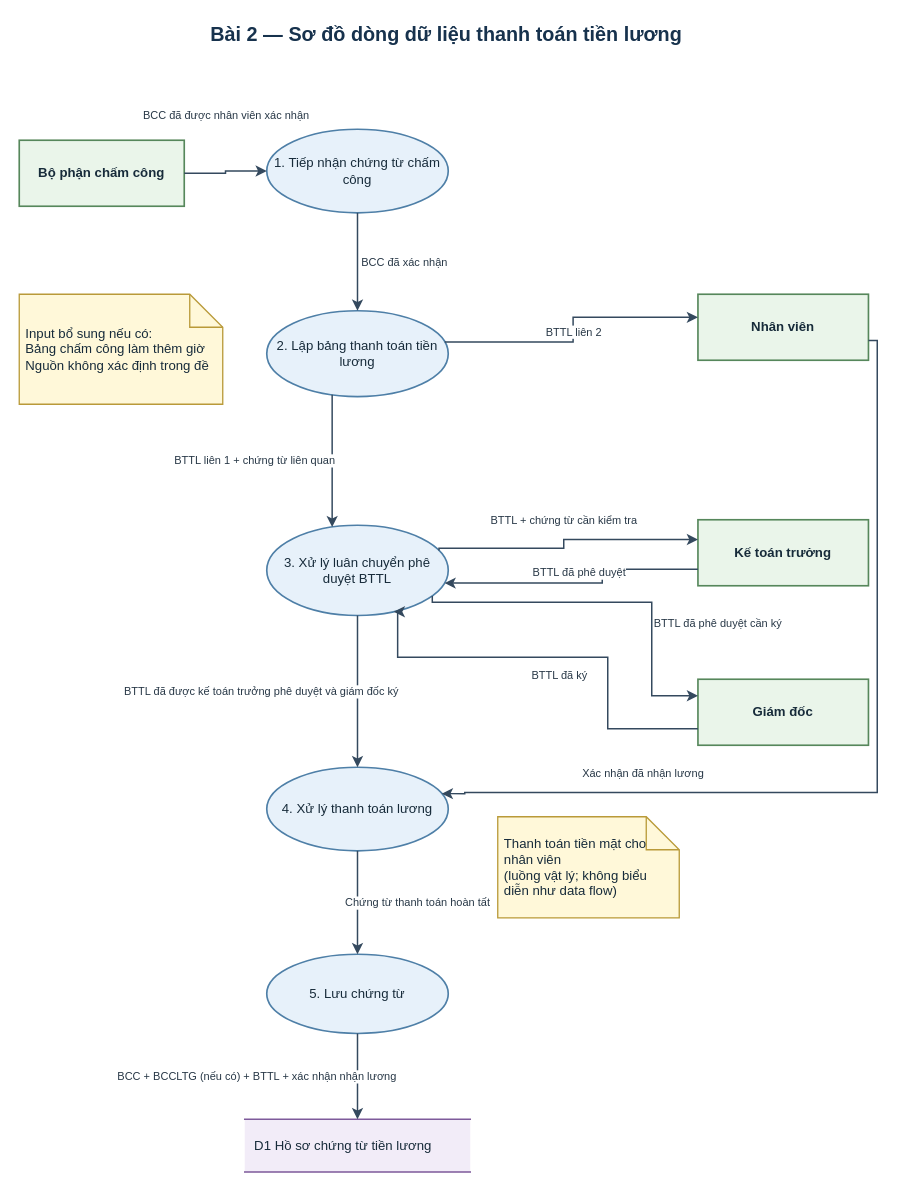
The draw.io diagram assets/drawio/03_payroll_payment_dfd.drawio in saigonbaddielover/thtrang, before the edit. Source tidied: cells renumbered, new cells numbered last; positions are measured from the earlier drawing's top-left corner, leaving out a move shared by most shapes. Both pictures are drawn from the tidied source at 110%, with x=0, y=0 at pixel (19, 19).
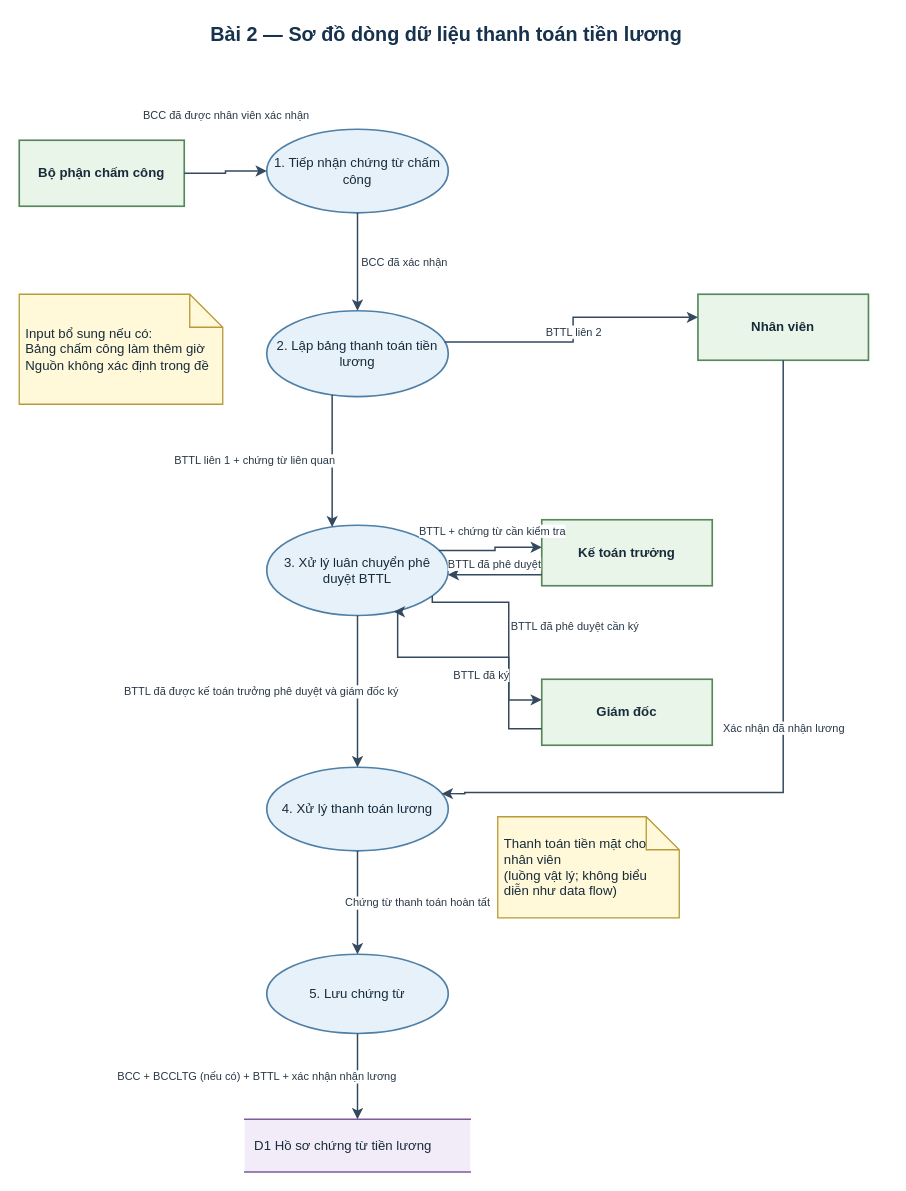
The same page after the edit.

Unchanged cells that the change refers to:
```xml
<mxCell id="4" value="Nhân viên" style="rounded=0;html=1;whiteSpace=wrap;fontFamily=Arial;align=center;verticalAlign=middle;fontColor=#172B3A; fontSize=11;fontStyle=1;spacing=5;fillColor=#EAF5EA;strokeColor=#56875B;strokeWidth=1.5;" parent="1" vertex="1">
  <mxGeometry x="617" y="250" width="155" height="60" as="geometry" />
</mxCell>
<mxCell id="9" value="3. Xử lý luân chuyển phê duyệt BTTL" style="shape=ellipse;perimeter=ellipsePerimeter;html=1;whiteSpace=wrap;fontFamily=Arial;align=center;verticalAlign=middle;fontColor=#172B3A; fontSize=11;spacing=5;fillColor=#E7F1FA;strokeColor=#4E7FA7;strokeWidth=1.5;" parent="1" vertex="1">
  <mxGeometry x="225" y="460" width="165" height="82" as="geometry" />
</mxCell>
<mxCell id="10" value="4. Xử lý thanh toán lương" style="shape=ellipse;perimeter=ellipsePerimeter;html=1;whiteSpace=wrap;fontFamily=Arial;align=center;verticalAlign=middle;fontColor=#172B3A; fontSize=11;spacing=5;fillColor=#E7F1FA;strokeColor=#4E7FA7;strokeWidth=1.5;" parent="1" vertex="1">
  <mxGeometry x="225" y="680" width="165" height="76" as="geometry" />
</mxCell>
```

The edit, as a diff of the source:
```diff
@@
     <mxCell id="5" value="Kế toán trưởng" style="rounded=0;html=1;whiteSpace=wrap;fontFamily=Arial;align=center;verticalAlign=middle;fontColor=#172B3A; fontSize=11;fontStyle=1;spacing=5;fillColor=#EAF5EA;strokeColor=#56875B;strokeWidth=1.5;" parent="1" vertex="1">
-      <mxGeometry x="617" y="455" width="155" height="60" as="geometry" />
+      <mxGeometry x="475" y="455" width="155" height="60" as="geometry" />
     </mxCell>
     <mxCell id="6" value="Giám đốc" style="rounded=0;html=1;whiteSpace=wrap;fontFamily=Arial;align=center;verticalAlign=middle;fontColor=#172B3A; fontSize=11;fontStyle=1;spacing=5;fillColor=#EAF5EA;strokeColor=#56875B;strokeWidth=1.5;" parent="1" vertex="1">
-      <mxGeometry x="617" y="600" width="155" height="60" as="geometry" />
+      <mxGeometry x="475" y="600" width="155" height="60" as="geometry" />
     </mxCell>
@@
-    <mxCell id="19" value="BTTL + chứng từ cần kiểm tra" style="edgeStyle=orthogonalEdgeStyle;rounded=0;jettySize=auto;html=1;fontFamily=Arial;fontSize=10;fontColor=#273746;labelBackgroundColor=#FFFFFF;strokeColor=#34495E;strokeWidth=1.35;endArrow=classic;endFill=1;exitX=1;exitY=0.25;entryX=0;entryY=0.3;" parent="1" edge="1" source="9" target="5">
+    <mxCell id="19" value="BTTL + chứng từ cần kiểm tra" style="edgeStyle=orthogonalEdgeStyle;rounded=0;jettySize=auto;html=1;fontFamily=Arial;fontSize=10;fontColor=#273746;labelBackgroundColor=#FFFFFF;strokeColor=#34495E;strokeWidth=1.35;endArrow=classic;endFill=1;exitX=1;exitY=0.25;entryX=0;entryY=0.417;" parent="1" edge="1" source="9" target="5">
       <mxGeometry relative="1" as="geometry">
-        <Array as="points">
-          <mxPoint x="495" y="481" />
-          <mxPoint x="495" y="473" />
-        </Array>
         <mxPoint y="-18" as="offset" />
       </mxGeometry>
     </mxCell>
-    <mxCell id="20" value="BTTL đã phê duyệt" style="edgeStyle=orthogonalEdgeStyle;rounded=0;jettySize=auto;html=1;fontFamily=Arial;fontSize=10;fontColor=#273746;labelBackgroundColor=#FFFFFF;strokeColor=#34495E;strokeWidth=1.35;endArrow=classic;endFill=1;exitX=0;exitY=0.75;entryX=1;entryY=0.65;" parent="1" edge="1" source="5" target="9">
+    <mxCell id="20" value="BTTL đã phê duyệt" style="edgeStyle=orthogonalEdgeStyle;rounded=0;jettySize=auto;html=1;fontFamily=Arial;fontSize=10;fontColor=#273746;labelBackgroundColor=#FFFFFF;strokeColor=#34495E;strokeWidth=1.35;endArrow=classic;endFill=1;exitX=0;exitY=0.833;entryX=1;entryY=0.549;" parent="1" edge="1" source="5" target="9">
       <mxGeometry relative="1" as="geometry">
-        <Array as="points">
-          <mxPoint x="530" y="500" />
-          <mxPoint x="530" y="513" />
-        </Array>
         <mxPoint y="-10" as="offset" />
       </mxGeometry>
     </mxCell>
-    <mxCell id="21" value="BTTL đã phê duyệt cần ký" style="edgeStyle=orthogonalEdgeStyle;rounded=0;jettySize=auto;html=1;fontFamily=Arial;fontSize=10;fontColor=#273746;labelBackgroundColor=#FFFFFF;strokeColor=#34495E;strokeWidth=1.35;endArrow=classic;endFill=1;exitX=1;exitY=0.85;entryX=0;entryY=0.25;" parent="1" edge="1" source="9" target="6">
-      <mxGeometry x="0.35" relative="1" as="geometry">
+    <mxCell id="21" value="BTTL đã phê duyệt cần ký" style="edgeStyle=orthogonalEdgeStyle;rounded=0;jettySize=auto;html=1;fontFamily=Arial;fontSize=10;fontColor=#273746;labelBackgroundColor=#FFFFFF;strokeColor=#34495E;strokeWidth=1.35;endArrow=classic;endFill=1;exitX=1;exitY=0.85;entryX=0;entryY=0.3125;" parent="1" edge="1" source="9" target="6">
+      <mxGeometry relative="1" as="geometry">
         <Array as="points">
-          <mxPoint x="575" y="530" />
-          <mxPoint x="575" y="615" />
+          <mxPoint x="445" y="530" />
+          <mxPoint x="445" y="618" />
         </Array>
         <mxPoint x="60" as="offset" />
       </mxGeometry>
     </mxCell>
     <mxCell id="22" value="BTTL đã ký" style="edgeStyle=orthogonalEdgeStyle;rounded=0;jettySize=auto;html=1;fontFamily=Arial;fontSize=10;fontColor=#273746;labelBackgroundColor=#FFFFFF;strokeColor=#34495E;strokeWidth=1.35;endArrow=classic;endFill=1;exitX=0;exitY=0.75;entryX=0.72;entryY=1;" parent="1" edge="1" source="6" target="9">
       <mxGeometry relative="1" as="geometry">
         <Array as="points">
-          <mxPoint x="535" y="645" />
-          <mxPoint x="535" y="580" />
+          <mxPoint x="445" y="645" />
+          <mxPoint x="445" y="580" />
           <mxPoint x="344" y="580" />
         </Array>
         <mxPoint y="16" as="offset" />
       </mxGeometry>
     </mxCell>
@@
-    <mxCell id="24" value="Xác nhận đã nhận lương" style="edgeStyle=orthogonalEdgeStyle;rounded=0;jettySize=auto;html=1;fontFamily=Arial;fontSize=10;fontColor=#273746;labelBackgroundColor=#FFFFFF;strokeColor=#34495E;strokeWidth=1.35;endArrow=classic;endFill=1;exitX=1;exitY=0.7;entryX=1;entryY=0.3;" parent="1" edge="1" source="4" target="10">
-      <mxGeometry x="0.55" relative="1" as="geometry">
+    <mxCell id="24" value="Xác nhận đã nhận lương" style="edgeStyle=orthogonalEdgeStyle;rounded=0;jettySize=auto;html=1;fontFamily=Arial;fontSize=10;fontColor=#273746;labelBackgroundColor=#FFFFFF;strokeColor=#34495E;strokeWidth=1.35;endArrow=classic;endFill=1;exitX=0.5;exitY=1;entryX=1;entryY=0.3;" parent="1" edge="1" source="4" target="10">
+      <mxGeometry relative="1" as="geometry">
         <Array as="points">
-          <mxPoint x="780" y="292" />
-          <mxPoint x="780" y="703" />
+          <mxPoint x="695" y="703" />
           <mxPoint x="405" y="703" />
         </Array>
         <mxPoint y="-18" as="offset" />
       </mxGeometry>
     </mxCell>
```
